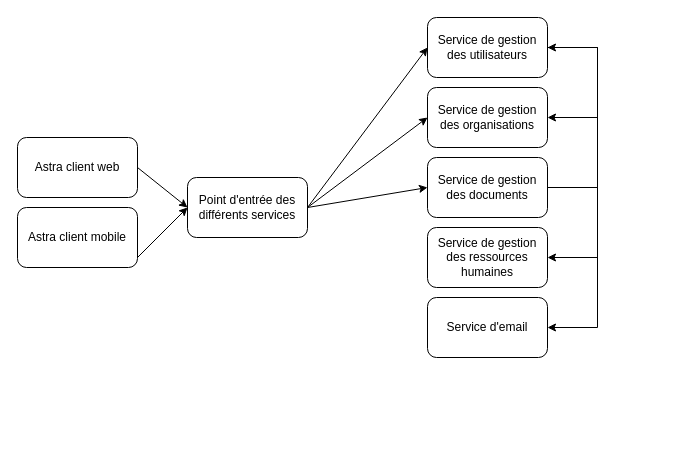
This is BusinnesArchitectureBaseline.drawio from cjour/audit_logistics, a draw.io file, before an edit. Source tidied: cells renumbered, new cells numbered last; positions are measured from the earlier drawing's top-left corner, leaving out a move shared by most shapes. Both pictures are drawn from the tidied source at 100%, with x=0, y=0 at pixel (17, 17).
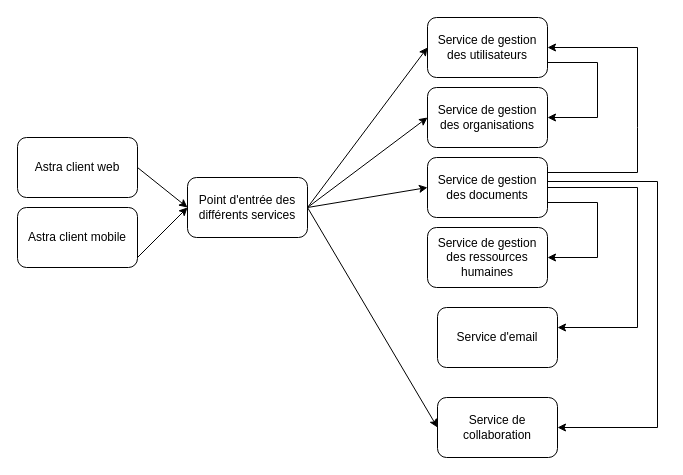
After the change.

The change refers to these unchanged cells:
```xml
<mxCell id="4" value="Point d'entrée des différents services" style="rounded=1;whiteSpace=wrap;html=1;" parent="1" vertex="1">
  <mxGeometry x="170" y="160" width="120" height="60" as="geometry" />
</mxCell>
<mxCell id="5" value="Service de gestion des utilisateurs" style="rounded=1;whiteSpace=wrap;html=1;" parent="1" vertex="1">
  <mxGeometry x="410" width="120" height="60" as="geometry" />
</mxCell>
<mxCell id="6" value="Service de gestion des documents" style="rounded=1;whiteSpace=wrap;html=1;" parent="1" vertex="1">
  <mxGeometry x="410" y="140" width="120" height="60" as="geometry" />
</mxCell>
<mxCell id="7" value="Service de gestion des organisations" style="rounded=1;whiteSpace=wrap;html=1;" parent="1" vertex="1">
  <mxGeometry x="410" y="70" width="120" height="60" as="geometry" />
</mxCell>
<mxCell id="8" value="Service de gestion des ressources humaines" style="rounded=1;whiteSpace=wrap;html=1;" parent="1" vertex="1">
  <mxGeometry x="410" y="210" width="120" height="60" as="geometry" />
</mxCell>
```

Diff of the diagram source:
```diff
@@
-    <mxCell id="9" value="Service d'email" style="rounded=1;whiteSpace=wrap;html=1;" parent="1" vertex="1">
-      <mxGeometry x="410" y="280" width="120" height="60" as="geometry" />
+    <mxCell id="9" value="Service de collaboration" style="rounded=1;whiteSpace=wrap;html=1;" parent="1" vertex="1">
+      <mxGeometry x="420" y="380" width="120" height="60" as="geometry" />
     </mxCell>
@@
-    <mxCell id="15" style="endArrow=classic;html=1;rounded=0;exitX=1;exitY=0.5;exitDx=0;exitDy=0;entryX=1;entryY=0.5;entryDx=0;entryDy=0;" parent="1" edge="1" source="5" target="7">
+    <mxCell id="15" style="endArrow=classic;html=1;rounded=0;exitX=1;exitY=0.75;exitDx=0;exitDy=0;entryX=1;entryY=0.5;entryDx=0;entryDy=0;" parent="1" edge="1" source="5" target="7">
       <mxGeometry relative="1" as="geometry">
         <Array as="points">
-          <mxPoint x="580" y="30" />
+          <mxPoint x="580" y="45" />
           <mxPoint x="580" y="100" />
         </Array>
       </mxGeometry>
     </mxCell>
-    <mxCell id="16" style="endArrow=classic;html=1;rounded=0;exitX=1;exitY=0.5;exitDx=0;exitDy=0;entryX=1;entryY=0.5;entryDx=0;entryDy=0;" parent="1" edge="1" source="6" target="5">
+    <mxCell id="16" style="endArrow=classic;html=1;rounded=0;exitX=1;exitY=0.25;exitDx=0;exitDy=0;entryX=1;entryY=0.5;entryDx=0;entryDy=0;" parent="1" edge="1" source="6" target="5">
       <mxGeometry relative="1" as="geometry">
         <Array as="points">
-          <mxPoint x="580" y="170" />
-          <mxPoint x="580" y="30" />
+          <mxPoint x="620" y="155" />
+          <mxPoint x="620" y="110" />
+          <mxPoint x="620" y="30" />
         </Array>
       </mxGeometry>
     </mxCell>
-    <mxCell id="17" style="endArrow=classic;html=1;rounded=0;exitX=1;exitY=0.5;exitDx=0;exitDy=0;entryX=1;entryY=0.5;entryDx=0;entryDy=0;" parent="1" edge="1" source="6" target="8">
+    <mxCell id="17" style="endArrow=classic;html=1;rounded=0;exitX=1;exitY=0.75;exitDx=0;exitDy=0;entryX=1;entryY=0.5;entryDx=0;entryDy=0;" parent="1" edge="1" source="6" target="8">
       <mxGeometry relative="1" as="geometry">
         <Array as="points">
-          <mxPoint x="580" y="170" />
+          <mxPoint x="580" y="185" />
           <mxPoint x="580" y="240" />
         </Array>
       </mxGeometry>
     </mxCell>
-    <mxCell id="18" style="endArrow=classic;html=1;rounded=0;entryX=1;entryY=0.5;entryDx=0;entryDy=0;exitX=1;exitY=0.5;exitDx=0;exitDy=0;" parent="1" edge="1" source="6" target="9">
+    <mxCell id="18" style="endArrow=classic;html=1;rounded=0;exitX=1;exitY=0.5;exitDx=0;exitDy=0;" parent="1" edge="1" source="6">
       <mxGeometry relative="1" as="geometry">
+        <mxPoint x="540" y="310" as="targetPoint" />
         <Array as="points">
-          <mxPoint x="580" y="170" />
-          <mxPoint x="580" y="310" />
+          <mxPoint x="620" y="170" />
+          <mxPoint x="620" y="310" />
         </Array>
       </mxGeometry>
     </mxCell>
+    <mxCell id="19" value="Service d'email" style="rounded=1;whiteSpace=wrap;html=1;" parent="1" vertex="1">
+      <mxGeometry x="420" y="290" width="120" height="60" as="geometry" />
+    </mxCell>
+    <mxCell id="20" style="endArrow=classic;html=1;rounded=0;entryX=0;entryY=0.5;entryDx=0;entryDy=0;exitX=1;exitY=0.5;exitDx=0;exitDy=0;" parent="1" edge="1" source="4" target="9">
+      <mxGeometry relative="1" as="geometry" />
+    </mxCell>
+    <mxCell id="21" style="endArrow=classic;html=1;rounded=0;entryX=1;entryY=0.5;entryDx=0;entryDy=0;exitX=1;exitY=0.4;exitDx=0;exitDy=0;exitPerimeter=0;" parent="1" edge="1" source="6" target="9">
+      <mxGeometry relative="1" as="geometry">
+        <Array as="points">
+          <mxPoint x="640" y="164" />
+          <mxPoint x="640" y="410" />
+        </Array>
+      </mxGeometry>
+    </mxCell>
```
